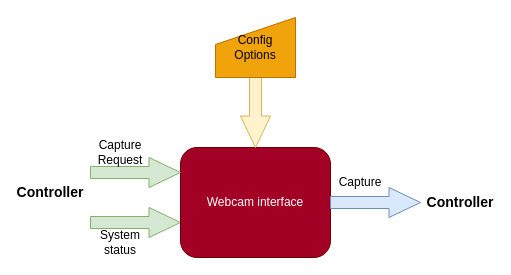
Earlier version of the draw.io diagram webcam_architecture.drawio (GreatSharky/CoHSCI). Source tidied: cells renumbered, new cells numbered last; positions are measured from the earlier drawing's top-left corner, leaving out a move shared by most shapes. Both pictures are drawn from the tidied source at 100%, with x=0, y=0 at pixel (20, 17).
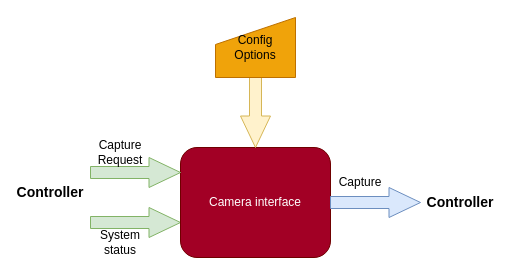
After the change.

The edit, as a diff of the source:
```diff
@@
 <mxGraphModel>
   <root>
     <mxCell id="0" />
     <mxCell id="1" parent="0" />
     <mxCell id="2" style="shape=singleArrow;whiteSpace=wrap;html=1;arrowWidth=0.4;arrowSize=0.35;fillColor=#d5e8d4;strokeColor=#82b366;" parent="1" vertex="1">
       <mxGeometry x="70" y="190" width="90" height="30" as="geometry" />
     </mxCell>
-    <mxCell id="3" value="Webcam interface" style="rounded=1;whiteSpace=wrap;html=1;fillColor=#a20025;fontColor=#ffffff;strokeColor=#6F0000;" parent="1" vertex="1">
+    <mxCell id="3" value="Camera interface" style="rounded=1;whiteSpace=wrap;html=1;fillColor=#a20025;fontColor=#ffffff;strokeColor=#6F0000;" parent="1" vertex="1">
       <mxGeometry x="160" y="130" width="150" height="110" as="geometry" />
     </mxCell>
     <mxCell id="4" style="shape=singleArrow;whiteSpace=wrap;html=1;arrowWidth=0.4;arrowSize=0.35;fillColor=#d5e8d4;strokeColor=#82b366;" parent="1" vertex="1">
       <mxGeometry x="70" y="140" width="90" height="30" as="geometry" />
     </mxCell>
     <mxCell id="5" value="Capture&lt;div&gt;Request&lt;/div&gt;" style="text;html=1;whiteSpace=wrap;strokeColor=none;fillColor=none;align=center;verticalAlign=middle;rounded=0;" parent="1" vertex="1">
       <mxGeometry x="70" y="120" width="60" height="30" as="geometry" />
     </mxCell>
     <mxCell id="6" value="Controller" style="text;html=1;whiteSpace=wrap;strokeColor=none;fillColor=none;align=center;verticalAlign=middle;rounded=0;fontSize=14;fontStyle=1;" parent="1" vertex="1">
       <mxGeometry y="160" width="60" height="30" as="geometry" />
     </mxCell>
     <mxCell id="7" value="System status" style="text;html=1;whiteSpace=wrap;strokeColor=none;fillColor=none;align=center;verticalAlign=middle;rounded=0;" parent="1" vertex="1">
       <mxGeometry x="70" y="210" width="60" height="30" as="geometry" />
     </mxCell>
     <mxCell id="8" style="shape=singleArrow;whiteSpace=wrap;html=1;arrowWidth=0.4;arrowSize=0.35;fillColor=#dae8fc;strokeColor=#6c8ebf;" parent="1" vertex="1">
       <mxGeometry x="310" y="170" width="90" height="30" as="geometry" />
     </mxCell>
     <mxCell id="9" style="shape=singleArrow;whiteSpace=wrap;html=1;arrowWidth=0.4;arrowSize=0.35;rotation=90;fillColor=#fff2cc;strokeColor=#d6b656;" parent="1" vertex="1">
       <mxGeometry x="190" y="70" width="90" height="30" as="geometry" />
     </mxCell>
     <mxCell id="10" value="Controller" style="text;html=1;whiteSpace=wrap;strokeColor=none;fillColor=none;align=center;verticalAlign=middle;rounded=0;fontSize=14;fontStyle=1;" parent="1" vertex="1">
       <mxGeometry x="410" y="170" width="60" height="30" as="geometry" />
     </mxCell>
     <mxCell id="11" value="Capture" style="text;html=1;whiteSpace=wrap;strokeColor=none;fillColor=none;align=center;verticalAlign=middle;rounded=0;" parent="1" vertex="1">
       <mxGeometry x="310" y="150" width="60" height="30" as="geometry" />
     </mxCell>
     <mxCell id="12" value="Config&lt;div&gt;Options&lt;/div&gt;" style="shape=manualInput;whiteSpace=wrap;html=1;size=27;fillColor=#f0a30a;fontColor=#000000;strokeColor=#BD7000;" parent="1" vertex="1">
       <mxGeometry x="195" width="80" height="60" as="geometry" />
     </mxCell>
   </root>
 </mxGraphModel>
```
